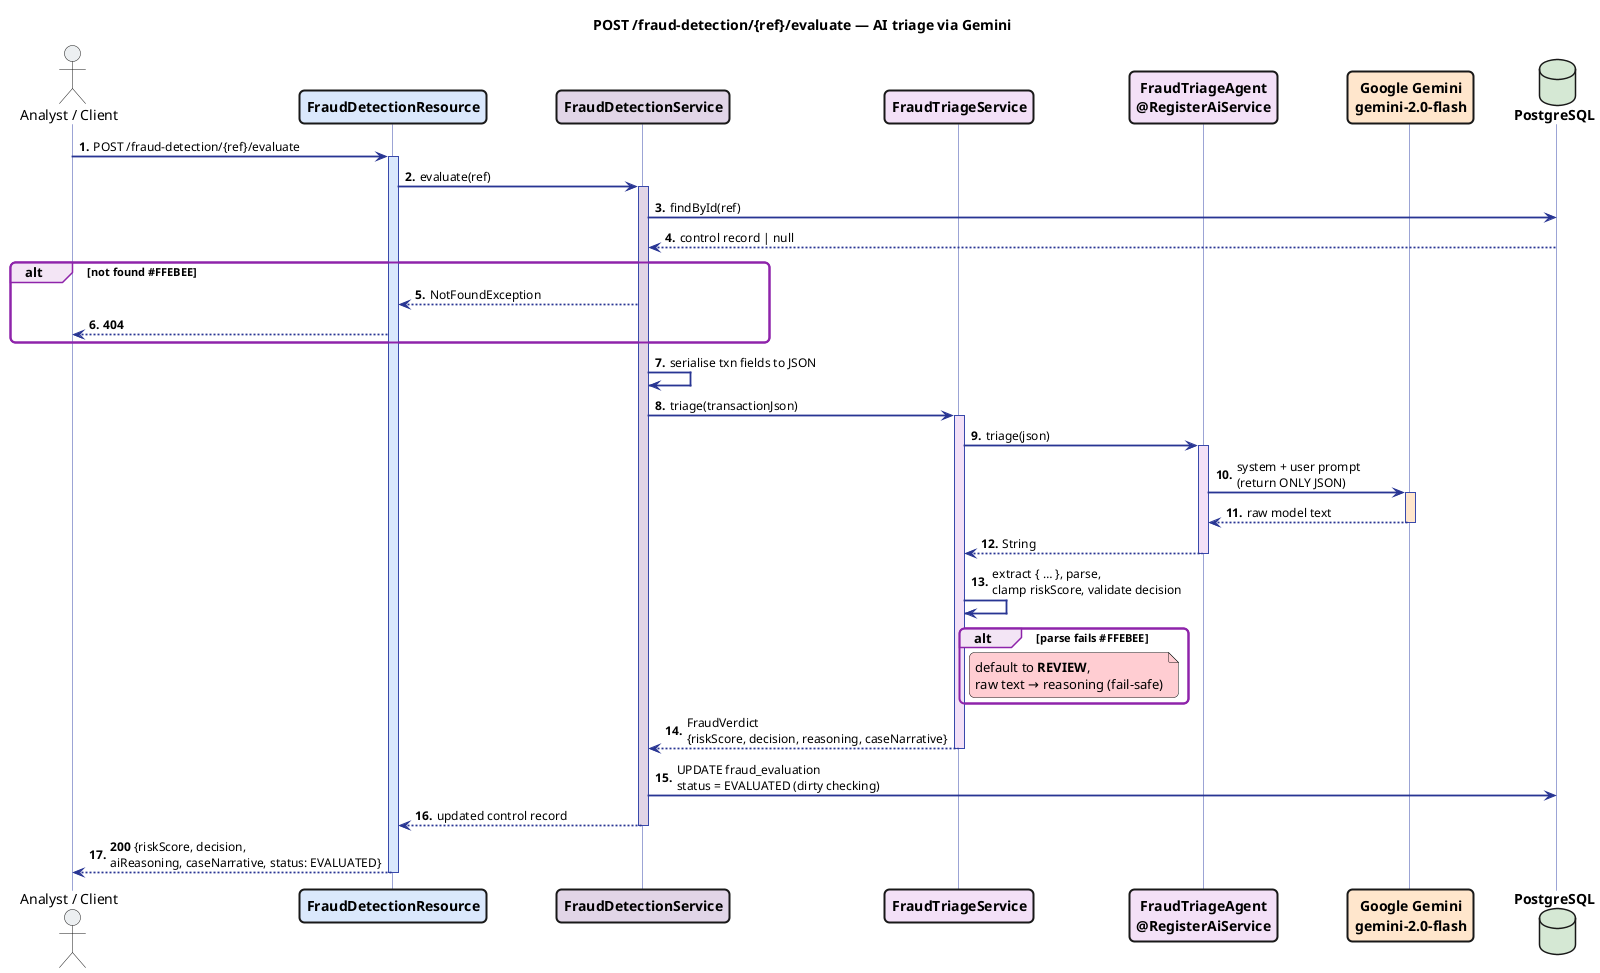
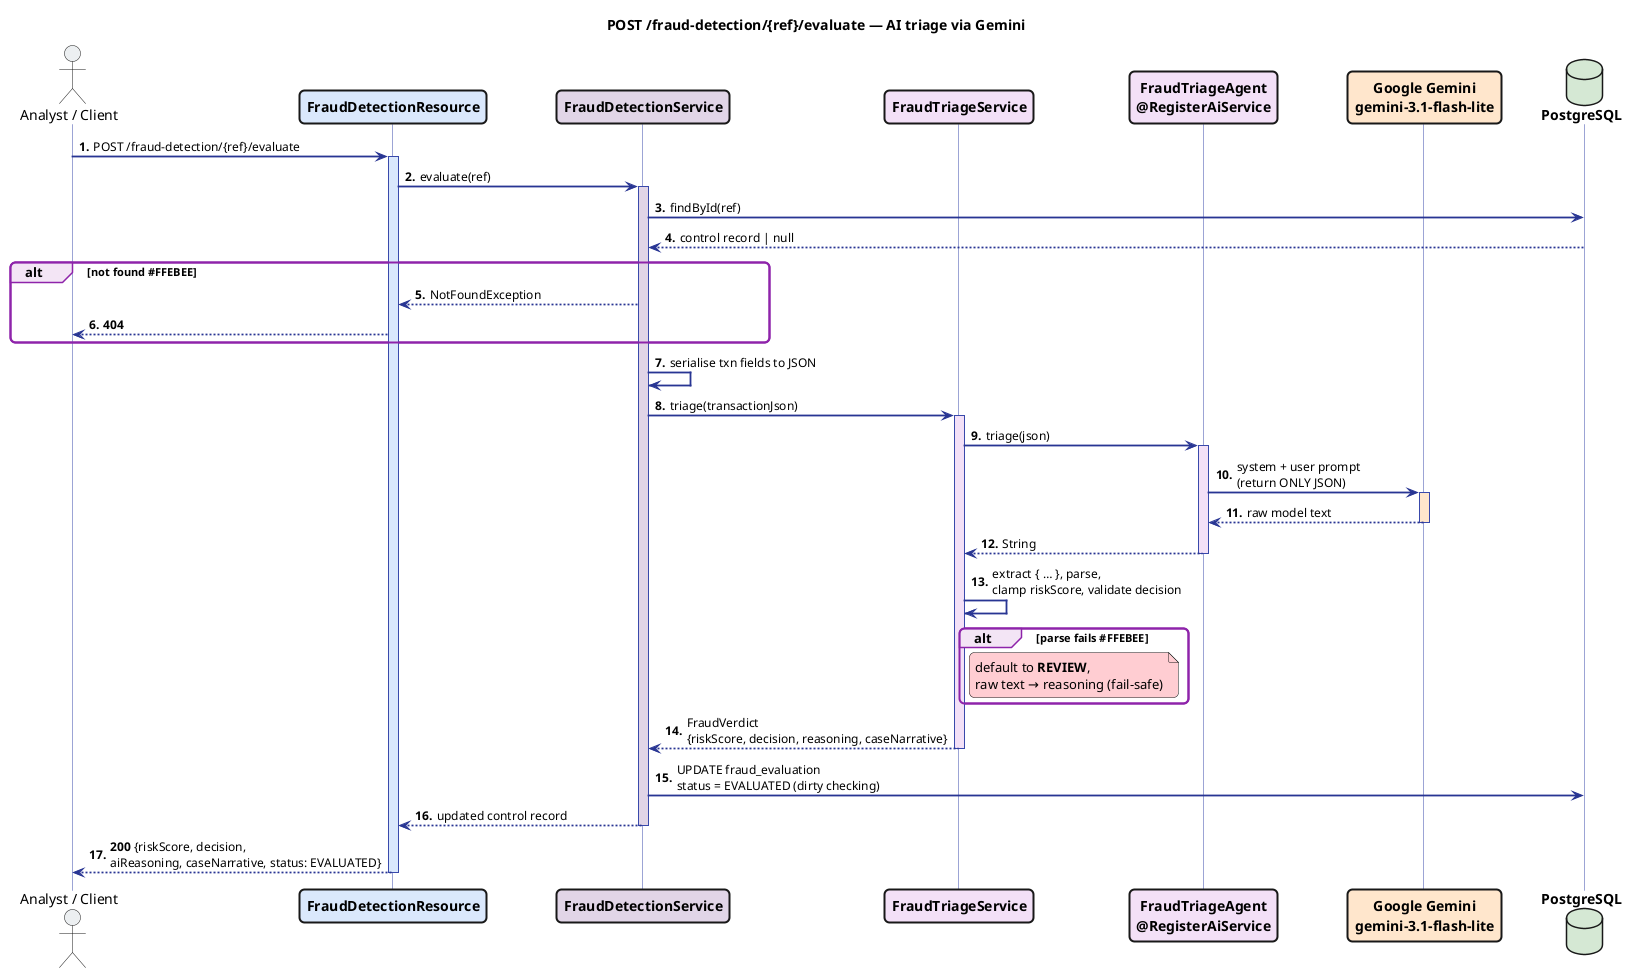
@startuml evaluate
title <b>POST /fraud-detection/{ref}/evaluate</b> — AI triage via Gemini

skinparam shadowing false
skinparam roundCorner 10
skinparam lifelineStrategy solid
skinparam ParticipantPadding 30
skinparam sequence {
  ArrowColor #283593
  ArrowThickness 1.8
  ArrowFontSize 12
  LifeLineBorderColor #3949AB
  LifeLineBorderThickness 2.5
  GroupBorderColor #8E24AA
  GroupBorderThickness 2
  GroupBackgroundColor #F3E5F5
  GroupHeaderFontStyle bold
  DividerBackgroundColor #E8EAF6
  DividerFontStyle bold
}
skinparam participant {
  BorderThickness 2
  FontStyle bold
}
skinparam database {
  BorderThickness 2
  FontStyle bold
}

actor "Analyst / Client" as Client #ECEFF1
participant "FraudDetectionResource" as API #dae8fc
participant "FraudDetectionService" as SVC #e1d5e7
participant "FraudTriageService" as TRIAGE #f3e0f7
participant "FraudTriageAgent\n@RegisterAiService" as AGENT #f3e0f7
- participant "Google Gemini\ngemini-2.0-flash" as LLM #ffe6cc
+ participant "Google Gemini\ngemini-3.1-flash-lite" as LLM #ffe6cc
database "PostgreSQL" as DB #d5e8d4

autonumber "<b>0."

Client -> API : POST /fraud-detection/{ref}/evaluate
activate API #dae8fc
API -> SVC : evaluate(ref)
activate SVC #e1d5e7
SVC -> DB : findById(ref)
DB --> SVC : control record | null
alt not found #FFEBEE
  SVC --> API : NotFoundException
  API --> Client : <b>404</b>
end
SVC -> SVC : serialise txn fields to JSON
SVC -> TRIAGE : triage(transactionJson)
activate TRIAGE #f3e0f7
TRIAGE -> AGENT : triage(json)
activate AGENT #f3e0f7
AGENT -> LLM : system + user prompt\n(return ONLY JSON)
activate LLM #ffe6cc
LLM --> AGENT : raw model text
deactivate LLM
AGENT --> TRIAGE : String
deactivate AGENT
TRIAGE -> TRIAGE : extract { … }, parse,\nclamp riskScore, validate decision
alt parse fails #FFEBEE
  note right of TRIAGE #ffcdd2 : default to <b>REVIEW</b>,\nraw text → reasoning (fail-safe)
end
TRIAGE --> SVC : FraudVerdict\n{riskScore, decision, reasoning, caseNarrative}
deactivate TRIAGE
SVC -> DB : UPDATE fraud_evaluation\nstatus = EVALUATED (dirty checking)
SVC --> API : updated control record
deactivate SVC
API --> Client : <b>200</b> {riskScore, decision,\naiReasoning, caseNarrative, status: EVALUATED}
deactivate API
@enduml
